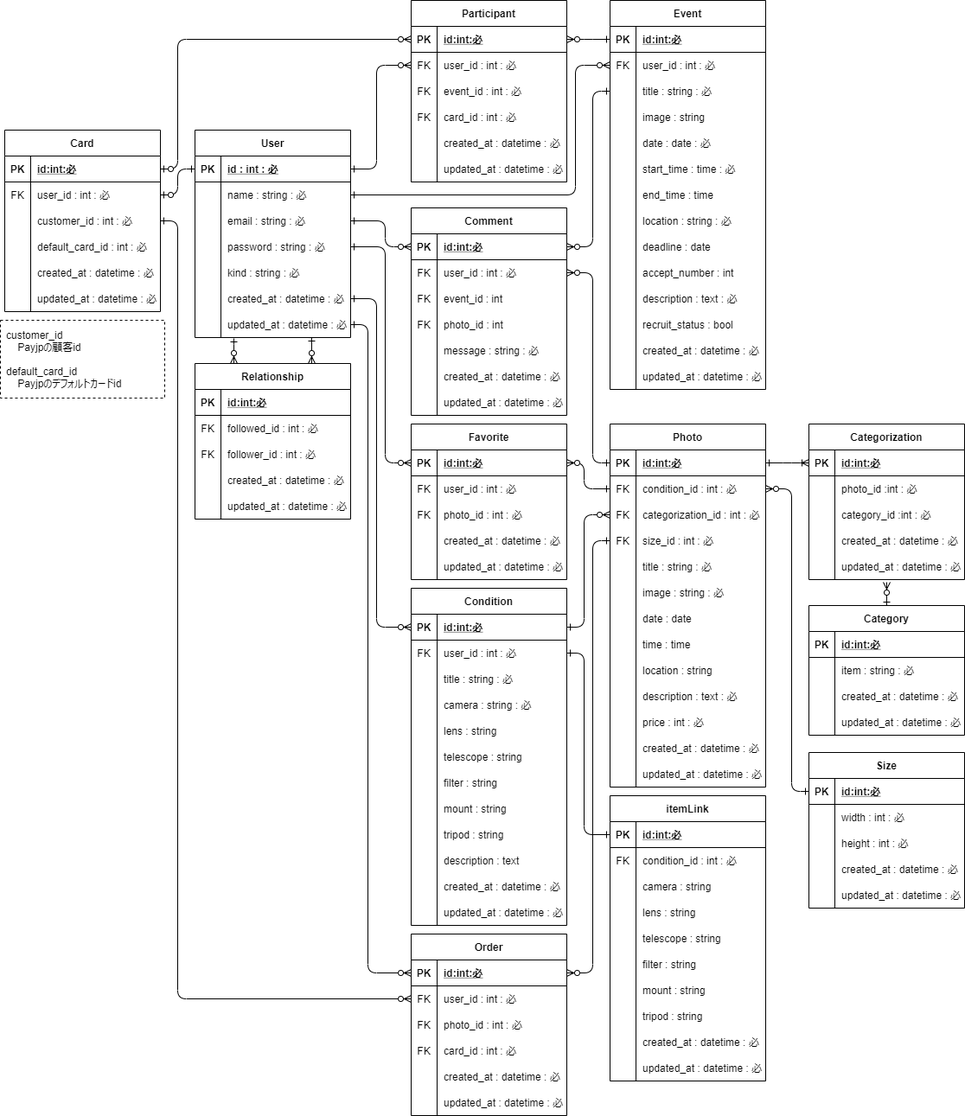
Earlier version of the draw.io export outline/ERchart.png (UtaSuzuki/astrogram). Source tidied: cells renumbered, new cells last; positions are measured from the earlier drawing's top-left corner, leaving out a move shared by most shapes.
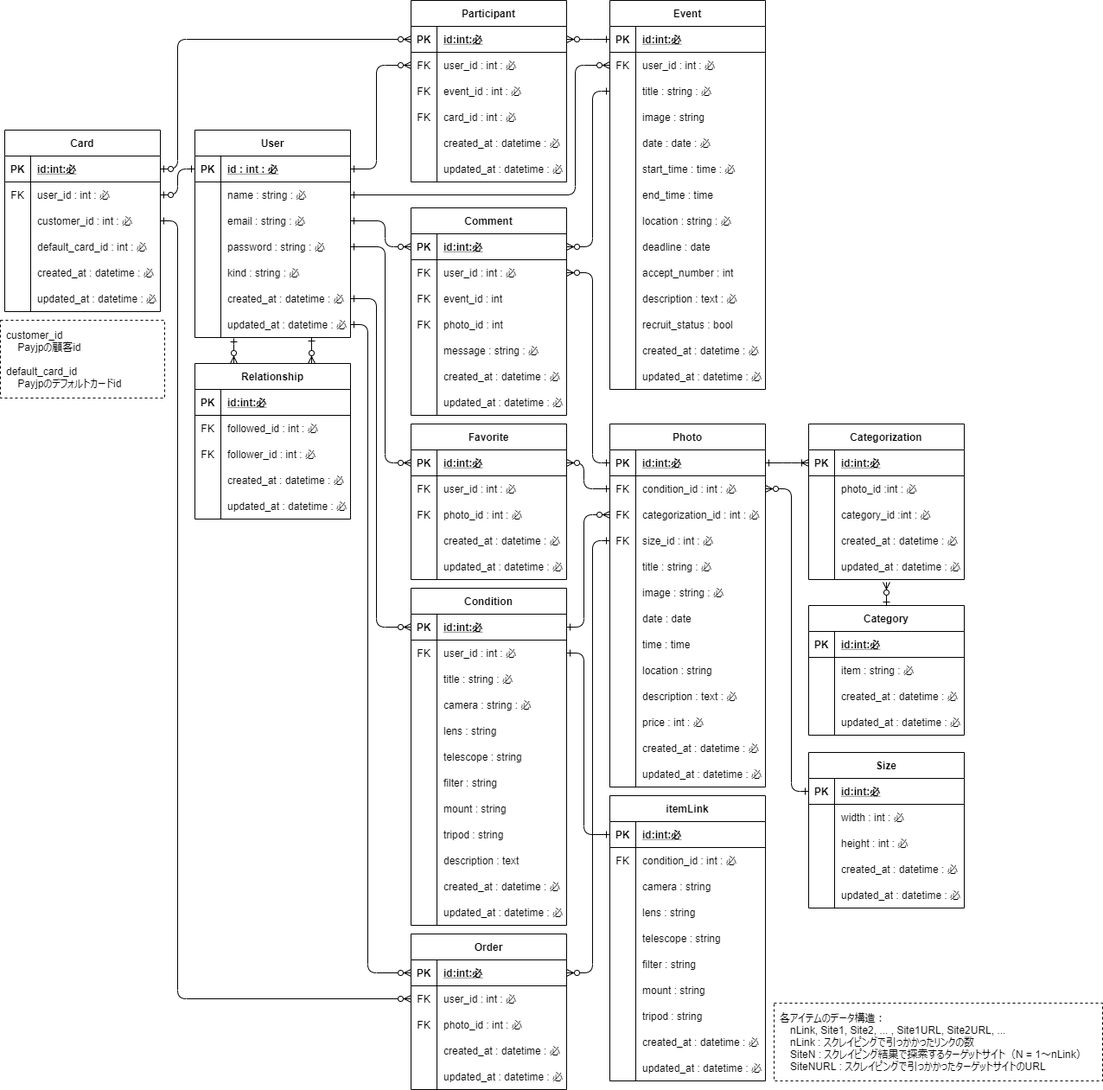
Later version of the same file.

The edit, as a diff of the source:
```diff
@@ -613,7 +613,7 @@
       </mxGeometry>
     </mxCell>
     <mxCell id="189" value="Order" style="shape=table;startSize=30;rowLines=0;fontStyle=1;align=center;" parent="1" vertex="1">
-      <mxGeometry x="475" y="1080" width="180" height="210" as="geometry" />
+      <mxGeometry x="475" y="1080" width="180" height="180" as="geometry" />
     </mxCell>
     <mxCell id="190" style="shape=partialRectangle;fillColor=none;top=0;left=0;bottom=1;right=0;points=[[0,0.5],[1,0.5]];portConstraint=eastwest;" parent="189" vertex="1">
       <mxGeometry y="30" width="180" height="30" as="geometry" />
@@ -642,17 +642,8 @@
     <mxCell id="198" value="photo_id : int : 必" style="shape=partialRectangle;fillColor=none;top=0;left=0;bottom=0;right=0;align=left;spacingLeft=6;overflow=hidden;" parent="196" vertex="1">
       <mxGeometry x="30" width="150" height="30" as="geometry" />
     </mxCell>
-    <mxCell id="199" style="shape=partialRectangle;fillColor=none;top=0;left=0;bottom=0;right=0;" parent="189" vertex="1">
-      <mxGeometry y="120" width="180" height="30" as="geometry" />
-    </mxCell>
-    <mxCell id="200" value="FK" style="shape=partialRectangle;fillColor=none;top=0;left=0;bottom=0;right=0;overflow=hidden;" parent="199" vertex="1">
-      <mxGeometry width="30" height="30" as="geometry" />
-    </mxCell>
-    <mxCell id="201" value="card_id : int : 必" style="shape=partialRectangle;fillColor=none;top=0;left=0;bottom=0;right=0;align=left;spacingLeft=6;overflow=hidden;" parent="199" vertex="1">
-      <mxGeometry x="30" width="150" height="30" as="geometry" />
-    </mxCell>
     <mxCell id="202" style="shape=partialRectangle;fillColor=none;top=0;left=0;bottom=0;right=0;" parent="189" vertex="1">
-      <mxGeometry y="150" width="180" height="30" as="geometry" />
+      <mxGeometry y="120" width="180" height="30" as="geometry" />
     </mxCell>
     <mxCell id="203" style="shape=partialRectangle;fillColor=none;top=0;left=0;bottom=0;right=0;overflow=hidden;" parent="202" vertex="1">
       <mxGeometry width="30" height="30" as="geometry" />
@@ -661,7 +652,7 @@
       <mxGeometry x="30" width="150" height="30" as="geometry" />
     </mxCell>
     <mxCell id="205" style="shape=partialRectangle;fillColor=none;top=0;left=0;bottom=0;right=0;" parent="189" vertex="1">
-      <mxGeometry y="180" width="180" height="30" as="geometry" />
+      <mxGeometry y="150" width="180" height="30" as="geometry" />
     </mxCell>
     <mxCell id="206" style="shape=partialRectangle;fillColor=none;top=0;left=0;bottom=0;right=0;overflow=hidden;" parent="205" vertex="1">
       <mxGeometry width="30" height="30" as="geometry" />
@@ -1172,5 +1163,8 @@
     <mxCell id="352" value="updated_at : datetime : 必" style="shape=partialRectangle;fillColor=none;top=0;left=0;bottom=0;right=0;align=left;spacingLeft=6;overflow=hidden;" parent="350" vertex="1">
       <mxGeometry x="30" width="150" height="30" as="geometry" />
     </mxCell>
+    <mxCell id="353" value="各アイテムのデータ構造：&lt;br&gt;　nLink, Site1, Site2, ... , Site1URL, Site2URL, ...&lt;br&gt;　nLink : スクレイピングで引っかかったリンクの数&lt;br&gt;　SiteN : スクレイピング結果で探索するターゲットサイト（N = 1～nLink）&lt;br&gt;　SiteNURL : スクレイピングで引っかかったターゲットサイトのURL" style="rounded=0;whiteSpace=wrap;html=1;align=left;dashed=1;spacingLeft=5;" parent="1" vertex="1">
+      <mxGeometry x="895" y="1160" width="380" height="90" as="geometry" />
+    </mxCell>
   </root>
 </mxGraphModel>
```
